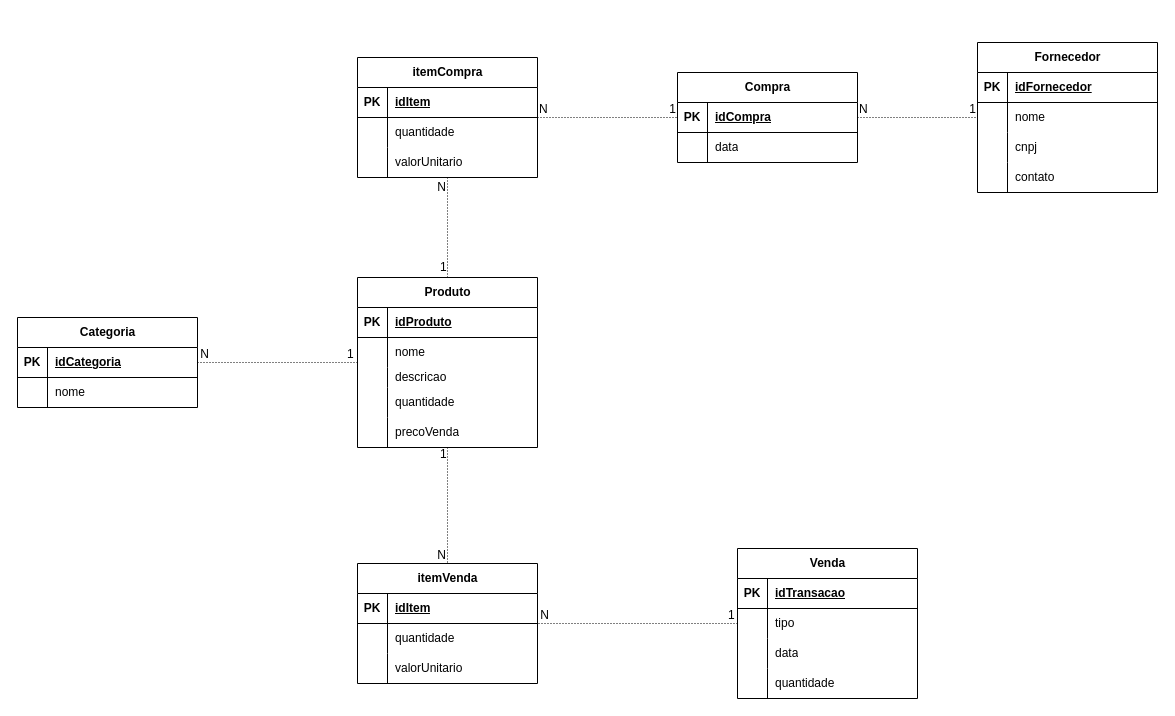
Above: doc/RS Security.drawio in anri-kot/RS-Security-dev (draw.io), before the change. Source tidied: cells renumbered, new cells numbered last; positions are measured from the earlier drawing's top-left corner, leaving out a move shared by most shapes. Both pictures are drawn from the tidied source at 100%, with x=0, y=0 at pixel (17, 42).
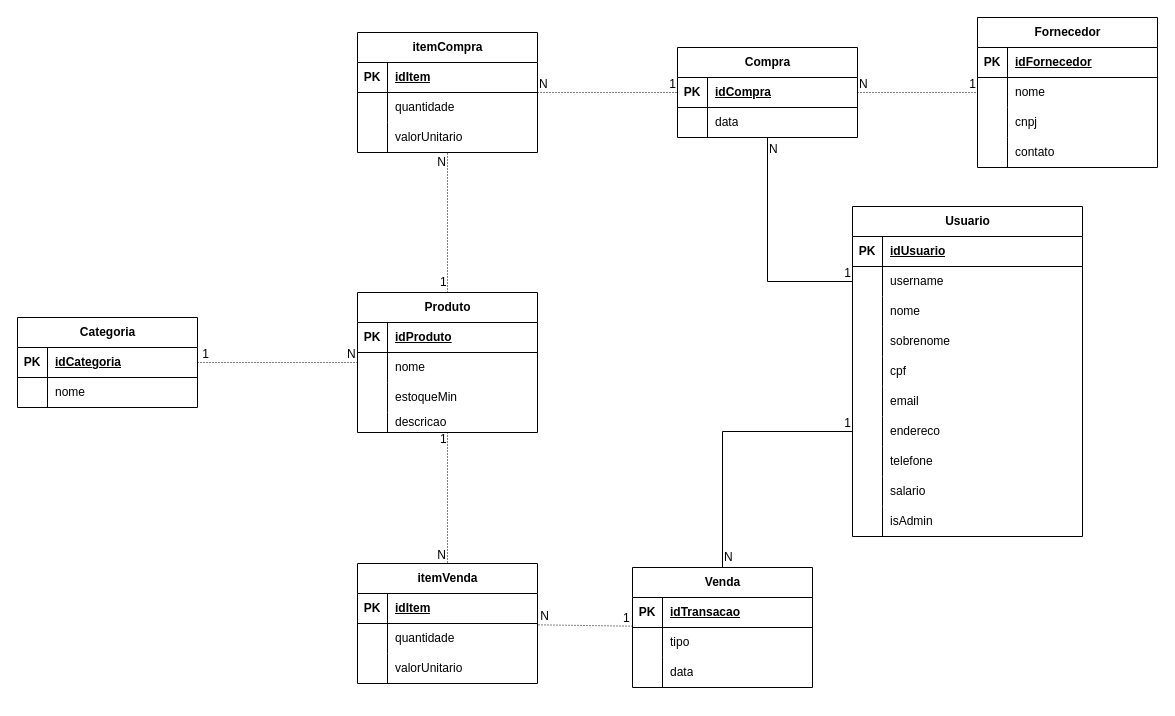
The same page after the edit.

The change refers to these unchanged cells:
```xml
<mxCell id="25" style="endArrow=none;html=1;rounded=0;dashed=1;dashPattern=1 2;" parent="1" edge="1" source="2" target="18">
  <mxGeometry relative="1" as="geometry" />
</mxCell>
```

The edit, as a diff of the source:
```diff
@@
     <mxCell id="2" value="Produto" style="shape=table;startSize=30;childLayout=tableLayout;rowLines=0;fontStyle=1;align=center;html=1;" parent="1" vertex="1">
-      <mxGeometry x="340" y="235" width="180" height="170" as="geometry" />
+      <mxGeometry x="340" y="250" width="180" height="140" as="geometry" />
     </mxCell>
@@
+    <mxCell id="96" style="shape=tableRow;horizontal=0;startSize=0;swimlaneHead=0;swimlaneBody=0;fillColor=none;top=0;left=0;right=0;bottom=0;" parent="2" vertex="1">
+      <mxGeometry y="90" width="180" height="30" as="geometry" />
+    </mxCell>
+    <mxCell id="97" style="shape=partialRectangle;fillColor=none;top=0;left=0;bottom=0;right=0;overflow=hidden;whiteSpace=wrap;html=1;" parent="96" vertex="1">
+      <mxGeometry width="30" height="30" as="geometry" />
+    </mxCell>
+    <mxCell id="98" value="estoqueMin" style="shape=partialRectangle;fillColor=none;top=0;left=0;bottom=0;right=0;align=left;spacingLeft=6;overflow=hidden;whiteSpace=wrap;html=1;" parent="96" vertex="1">
+      <mxGeometry x="30" width="150" height="30" as="geometry" />
+    </mxCell>
     <mxCell id="9" style="shape=tableRow;horizontal=0;startSize=0;swimlaneHead=0;swimlaneBody=0;fillColor=none;top=0;left=0;right=0;bottom=0;" parent="2" vertex="1">
-      <mxGeometry y="90" width="180" height="20" as="geometry" />
+      <mxGeometry y="120" width="180" height="20" as="geometry" />
     </mxCell>
@@
-    <mxCell id="12" style="shape=tableRow;horizontal=0;startSize=0;swimlaneHead=0;swimlaneBody=0;fillColor=none;top=0;left=0;right=0;bottom=0;" parent="2" vertex="1">
-      <mxGeometry y="110" width="180" height="30" as="geometry" />
-    </mxCell>
-    <mxCell id="13" style="shape=partialRectangle;fillColor=none;top=0;left=0;bottom=0;right=0;overflow=hidden;whiteSpace=wrap;html=1;" parent="12" vertex="1">
-      <mxGeometry width="30" height="30" as="geometry" />
-    </mxCell>
-    <mxCell id="14" value="quantidade" style="shape=partialRectangle;fillColor=none;top=0;left=0;bottom=0;right=0;align=left;spacingLeft=6;overflow=hidden;whiteSpace=wrap;html=1;" parent="12" vertex="1">
-      <mxGeometry x="30" width="150" height="30" as="geometry" />
-    </mxCell>
-    <mxCell id="15" style="shape=tableRow;horizontal=0;startSize=0;swimlaneHead=0;swimlaneBody=0;fillColor=none;top=0;left=0;right=0;bottom=0;" parent="2" vertex="1">
-      <mxGeometry y="140" width="180" height="30" as="geometry" />
-    </mxCell>
-    <mxCell id="16" style="shape=partialRectangle;fillColor=none;top=0;left=0;bottom=0;right=0;overflow=hidden;whiteSpace=wrap;html=1;" parent="15" vertex="1">
-      <mxGeometry width="30" height="30" as="geometry" />
-    </mxCell>
-    <mxCell id="17" value="precoVenda" style="shape=partialRectangle;fillColor=none;top=0;left=0;bottom=0;right=0;align=left;spacingLeft=6;overflow=hidden;whiteSpace=wrap;html=1;" parent="15" vertex="1">
-      <mxGeometry x="30" width="150" height="30" as="geometry" />
-    </mxCell>
@@
-    <mxCell id="26" value="1" style="html=1;whiteSpace=wrap;align=left;verticalAlign=bottom;" parent="25" vertex="1">
+    <mxCell id="26" value="N" style="html=1;whiteSpace=wrap;align=left;verticalAlign=bottom;" parent="25" vertex="1">
       <mxGeometry x="-1" relative="1" as="geometry">
         <mxPoint x="-12" as="offset" />
       </mxGeometry>
     </mxCell>
-    <mxCell id="27" value="N" style="html=1;whiteSpace=wrap;align=right;verticalAlign=bottom;" parent="25" vertex="1">
+    <mxCell id="27" value="1" style="html=1;whiteSpace=wrap;align=right;verticalAlign=bottom;" parent="25" vertex="1">
       <mxGeometry x="1" relative="1" as="geometry">
         <mxPoint x="13" as="offset" />
       </mxGeometry>
     </mxCell>
     <mxCell id="28" value="Venda" style="shape=table;startSize=30;childLayout=tableLayout;rowLines=0;fontStyle=1;align=center;html=1;" parent="1" vertex="1">
-      <mxGeometry x="720" y="506" width="180" height="150" as="geometry" />
+      <mxGeometry x="615" y="525" width="180" height="120" as="geometry" />
     </mxCell>
@@
-    <mxCell id="38" style="shape=tableRow;horizontal=0;startSize=0;swimlaneHead=0;swimlaneBody=0;fillColor=none;top=0;left=0;right=0;bottom=0;" parent="28" vertex="1">
-      <mxGeometry y="120" width="180" height="30" as="geometry" />
-    </mxCell>
-    <mxCell id="39" style="shape=partialRectangle;fillColor=none;top=0;left=0;bottom=0;right=0;overflow=hidden;whiteSpace=wrap;html=1;" parent="38" vertex="1">
-      <mxGeometry width="30" height="30" as="geometry" />
-    </mxCell>
-    <mxCell id="40" value="quantidade" style="shape=partialRectangle;fillColor=none;top=0;left=0;bottom=0;right=0;align=left;spacingLeft=6;overflow=hidden;whiteSpace=wrap;html=1;" parent="38" vertex="1">
-      <mxGeometry x="30" width="150" height="30" as="geometry" />
-    </mxCell>
@@
     <mxCell id="57" value="Fornecedor" style="shape=table;startSize=30;childLayout=tableLayout;rowLines=0;fontStyle=1;align=center;html=1;" parent="1" vertex="1">
-      <mxGeometry x="960" width="180" height="150" as="geometry" />
+      <mxGeometry x="960" y="-25" width="180" height="150" as="geometry" />
     </mxCell>
@@
     <mxCell id="70" value="Compra" style="shape=table;startSize=30;childLayout=tableLayout;rowLines=0;fontStyle=1;align=center;html=1;" parent="1" vertex="1">
-      <mxGeometry x="660" y="30" width="180" height="90" as="geometry" />
+      <mxGeometry x="660" y="5" width="180" height="90" as="geometry" />
     </mxCell>
@@
     <mxCell id="77" value="itemCompra" style="shape=table;startSize=30;childLayout=tableLayout;rowLines=0;fontStyle=1;align=center;html=1;" parent="1" vertex="1">
-      <mxGeometry x="340" y="15" width="180" height="120" as="geometry" />
+      <mxGeometry x="340" y="-10" width="180" height="120" as="geometry" />
     </mxCell>
@@
+    <mxCell id="99" value="Usuario" style="shape=table;startSize=30;childLayout=tableLayout;rowLines=0;fontStyle=1;align=center;html=1;" parent="1" vertex="1">
+      <mxGeometry x="835" y="164" width="230" height="330" as="geometry" />
+    </mxCell>
+    <mxCell id="100" style="shape=tableRow;horizontal=0;startSize=0;swimlaneHead=0;swimlaneBody=0;fillColor=none;top=0;left=0;right=0;bottom=1;" parent="99" vertex="1">
+      <mxGeometry y="30" width="230" height="30" as="geometry" />
+    </mxCell>
+    <mxCell id="101" value="PK" style="shape=partialRectangle;fillColor=none;top=0;left=0;bottom=0;right=0;fontStyle=1;overflow=hidden;whiteSpace=wrap;html=1;" parent="100" vertex="1">
+      <mxGeometry width="30" height="30" as="geometry" />
+    </mxCell>
+    <mxCell id="102" value="idUsuario" style="shape=partialRectangle;fillColor=none;top=0;left=0;bottom=0;right=0;align=left;spacingLeft=6;fontStyle=5;overflow=hidden;whiteSpace=wrap;html=1;" parent="100" vertex="1">
+      <mxGeometry x="30" width="200" height="30" as="geometry" />
+    </mxCell>
+    <mxCell id="103" style="shape=tableRow;horizontal=0;startSize=0;swimlaneHead=0;swimlaneBody=0;fillColor=none;points=[[0,0.5],[1,0.5]];portConstraint=eastwest;top=0;left=0;right=0;bottom=0;" parent="99" vertex="1">
+      <mxGeometry y="60" width="230" height="30" as="geometry" />
+    </mxCell>
+    <mxCell id="104" style="shape=partialRectangle;fillColor=none;top=0;left=0;bottom=0;right=0;overflow=hidden;whiteSpace=wrap;html=1;" parent="103" vertex="1">
+      <mxGeometry width="30" height="30" as="geometry" />
+    </mxCell>
+    <mxCell id="105" value="username" style="shape=partialRectangle;fillColor=none;top=0;left=0;bottom=0;right=0;align=left;spacingLeft=6;overflow=hidden;whiteSpace=wrap;html=1;" parent="103" vertex="1">
+      <mxGeometry x="30" width="200" height="30" as="geometry" />
+    </mxCell>
+    <mxCell id="106" style="shape=tableRow;horizontal=0;startSize=0;swimlaneHead=0;swimlaneBody=0;fillColor=none;top=0;left=0;right=0;bottom=0;" parent="99" vertex="1">
+      <mxGeometry y="90" width="230" height="30" as="geometry" />
+    </mxCell>
+    <mxCell id="107" style="shape=partialRectangle;fillColor=none;top=0;left=0;bottom=0;right=0;overflow=hidden;whiteSpace=wrap;html=1;" parent="106" vertex="1">
+      <mxGeometry width="30" height="30" as="geometry" />
+    </mxCell>
+    <mxCell id="108" value="nome" style="shape=partialRectangle;fillColor=none;top=0;left=0;bottom=0;right=0;align=left;spacingLeft=6;overflow=hidden;whiteSpace=wrap;html=1;" parent="106" vertex="1">
+      <mxGeometry x="30" width="200" height="30" as="geometry" />
+    </mxCell>
+    <mxCell id="109" style="shape=tableRow;horizontal=0;startSize=0;swimlaneHead=0;swimlaneBody=0;fillColor=none;top=0;left=0;right=0;bottom=0;" parent="99" vertex="1">
+      <mxGeometry y="120" width="230" height="30" as="geometry" />
+    </mxCell>
+    <mxCell id="110" style="shape=partialRectangle;fillColor=none;top=0;left=0;bottom=0;right=0;overflow=hidden;whiteSpace=wrap;html=1;" parent="109" vertex="1">
+      <mxGeometry width="30" height="30" as="geometry" />
+    </mxCell>
+    <mxCell id="111" value="sobrenome" style="shape=partialRectangle;fillColor=none;top=0;left=0;bottom=0;right=0;align=left;spacingLeft=6;overflow=hidden;whiteSpace=wrap;html=1;" parent="109" vertex="1">
+      <mxGeometry x="30" width="200" height="30" as="geometry" />
+    </mxCell>
+    <mxCell id="112" style="shape=tableRow;horizontal=0;startSize=0;swimlaneHead=0;swimlaneBody=0;fillColor=none;top=0;left=0;right=0;bottom=0;" parent="99" vertex="1">
+      <mxGeometry y="150" width="230" height="30" as="geometry" />
+    </mxCell>
+    <mxCell id="113" style="shape=partialRectangle;fillColor=none;top=0;left=0;bottom=0;right=0;overflow=hidden;whiteSpace=wrap;html=1;" parent="112" vertex="1">
+      <mxGeometry width="30" height="30" as="geometry" />
+    </mxCell>
+    <mxCell id="114" value="cpf" style="shape=partialRectangle;fillColor=none;top=0;left=0;bottom=0;right=0;align=left;spacingLeft=6;overflow=hidden;whiteSpace=wrap;html=1;" parent="112" vertex="1">
+      <mxGeometry x="30" width="200" height="30" as="geometry" />
+    </mxCell>
+    <mxCell id="115" style="shape=tableRow;horizontal=0;startSize=0;swimlaneHead=0;swimlaneBody=0;fillColor=none;top=0;left=0;right=0;bottom=0;" parent="99" vertex="1">
+      <mxGeometry y="180" width="230" height="30" as="geometry" />
+    </mxCell>
+    <mxCell id="116" style="shape=partialRectangle;fillColor=none;top=0;left=0;bottom=0;right=0;overflow=hidden;whiteSpace=wrap;html=1;" parent="115" vertex="1">
+      <mxGeometry width="30" height="30" as="geometry" />
+    </mxCell>
+    <mxCell id="117" value="&lt;div&gt;email&lt;/div&gt;" style="shape=partialRectangle;fillColor=none;top=0;left=0;bottom=0;right=0;align=left;spacingLeft=6;overflow=hidden;whiteSpace=wrap;html=1;" parent="115" vertex="1">
+      <mxGeometry x="30" width="200" height="30" as="geometry" />
+    </mxCell>
+    <mxCell id="118" style="shape=tableRow;horizontal=0;startSize=0;swimlaneHead=0;swimlaneBody=0;fillColor=none;points=[[0,0.5],[1,0.5]];portConstraint=eastwest;top=0;left=0;right=0;bottom=0;" parent="99" vertex="1">
+      <mxGeometry y="210" width="230" height="30" as="geometry" />
+    </mxCell>
+    <mxCell id="119" style="shape=partialRectangle;fillColor=none;top=0;left=0;bottom=0;right=0;overflow=hidden;whiteSpace=wrap;html=1;" parent="118" vertex="1">
+      <mxGeometry width="30" height="30" as="geometry" />
+    </mxCell>
+    <mxCell id="120" value="endereco" style="shape=partialRectangle;fillColor=none;top=0;left=0;bottom=0;right=0;align=left;spacingLeft=6;overflow=hidden;whiteSpace=wrap;html=1;" parent="118" vertex="1">
+      <mxGeometry x="30" width="200" height="30" as="geometry" />
+    </mxCell>
+    <mxCell id="121" style="shape=tableRow;horizontal=0;startSize=0;swimlaneHead=0;swimlaneBody=0;fillColor=none;top=0;left=0;right=0;bottom=0;" parent="99" vertex="1">
+      <mxGeometry y="240" width="230" height="30" as="geometry" />
+    </mxCell>
+    <mxCell id="122" style="shape=partialRectangle;fillColor=none;top=0;left=0;bottom=0;right=0;overflow=hidden;whiteSpace=wrap;html=1;" parent="121" vertex="1">
+      <mxGeometry width="30" height="30" as="geometry" />
+    </mxCell>
+    <mxCell id="123" value="telefone" style="shape=partialRectangle;fillColor=none;top=0;left=0;bottom=0;right=0;align=left;spacingLeft=6;overflow=hidden;whiteSpace=wrap;html=1;" parent="121" vertex="1">
+      <mxGeometry x="30" width="200" height="30" as="geometry" />
+    </mxCell>
+    <mxCell id="124" style="shape=tableRow;horizontal=0;startSize=0;swimlaneHead=0;swimlaneBody=0;fillColor=none;top=0;left=0;right=0;bottom=0;" parent="99" vertex="1">
+      <mxGeometry y="270" width="230" height="30" as="geometry" />
+    </mxCell>
+    <mxCell id="125" style="shape=partialRectangle;fillColor=none;top=0;left=0;bottom=0;right=0;overflow=hidden;whiteSpace=wrap;html=1;" parent="124" vertex="1">
+      <mxGeometry width="30" height="30" as="geometry" />
+    </mxCell>
+    <mxCell id="126" value="salario" style="shape=partialRectangle;fillColor=none;top=0;left=0;bottom=0;right=0;align=left;spacingLeft=6;overflow=hidden;whiteSpace=wrap;html=1;" parent="124" vertex="1">
+      <mxGeometry x="30" width="200" height="30" as="geometry" />
+    </mxCell>
+    <mxCell id="127" style="shape=tableRow;horizontal=0;startSize=0;swimlaneHead=0;swimlaneBody=0;fillColor=none;top=0;left=0;right=0;bottom=0;" parent="99" vertex="1">
+      <mxGeometry y="300" width="230" height="30" as="geometry" />
+    </mxCell>
+    <mxCell id="128" style="shape=partialRectangle;fillColor=none;top=0;left=0;bottom=0;right=0;overflow=hidden;whiteSpace=wrap;html=1;" parent="127" vertex="1">
+      <mxGeometry width="30" height="30" as="geometry" />
+    </mxCell>
+    <mxCell id="129" value="isAdmin" style="shape=partialRectangle;fillColor=none;top=0;left=0;bottom=0;right=0;align=left;spacingLeft=6;overflow=hidden;whiteSpace=wrap;html=1;" parent="127" vertex="1">
+      <mxGeometry x="30" width="200" height="30" as="geometry" />
+    </mxCell>
+    <mxCell id="130" style="endArrow=none;html=1;rounded=0;edgeStyle=orthogonalEdgeStyle;entryX=0;entryY=0.5;entryDx=0;entryDy=0;" parent="1" edge="1" source="70" target="103">
+      <mxGeometry relative="1" as="geometry" />
+    </mxCell>
+    <mxCell id="131" value="N" style="html=1;whiteSpace=wrap;align=left;verticalAlign=bottom;" parent="130" vertex="1">
+      <mxGeometry x="-1" relative="1" as="geometry">
+        <mxPoint y="20" as="offset" />
+      </mxGeometry>
+    </mxCell>
+    <mxCell id="132" value="1" style="html=1;whiteSpace=wrap;align=right;verticalAlign=bottom;" parent="130" vertex="1">
+      <mxGeometry x="1" relative="1" as="geometry" />
+    </mxCell>
+    <mxCell id="133" style="endArrow=none;html=1;rounded=0;edgeStyle=orthogonalEdgeStyle;entryX=0;entryY=0.5;entryDx=0;entryDy=0;" parent="1" edge="1" source="28" target="118">
+      <mxGeometry relative="1" as="geometry" />
+    </mxCell>
+    <mxCell id="134" value="N" style="html=1;whiteSpace=wrap;align=left;verticalAlign=bottom;" parent="133" vertex="1">
+      <mxGeometry x="-1" relative="1" as="geometry">
+        <mxPoint y="-2" as="offset" />
+      </mxGeometry>
+    </mxCell>
+    <mxCell id="135" value="1" style="html=1;whiteSpace=wrap;align=right;verticalAlign=bottom;" parent="133" vertex="1">
+      <mxGeometry x="1" relative="1" as="geometry" />
+    </mxCell>
```
